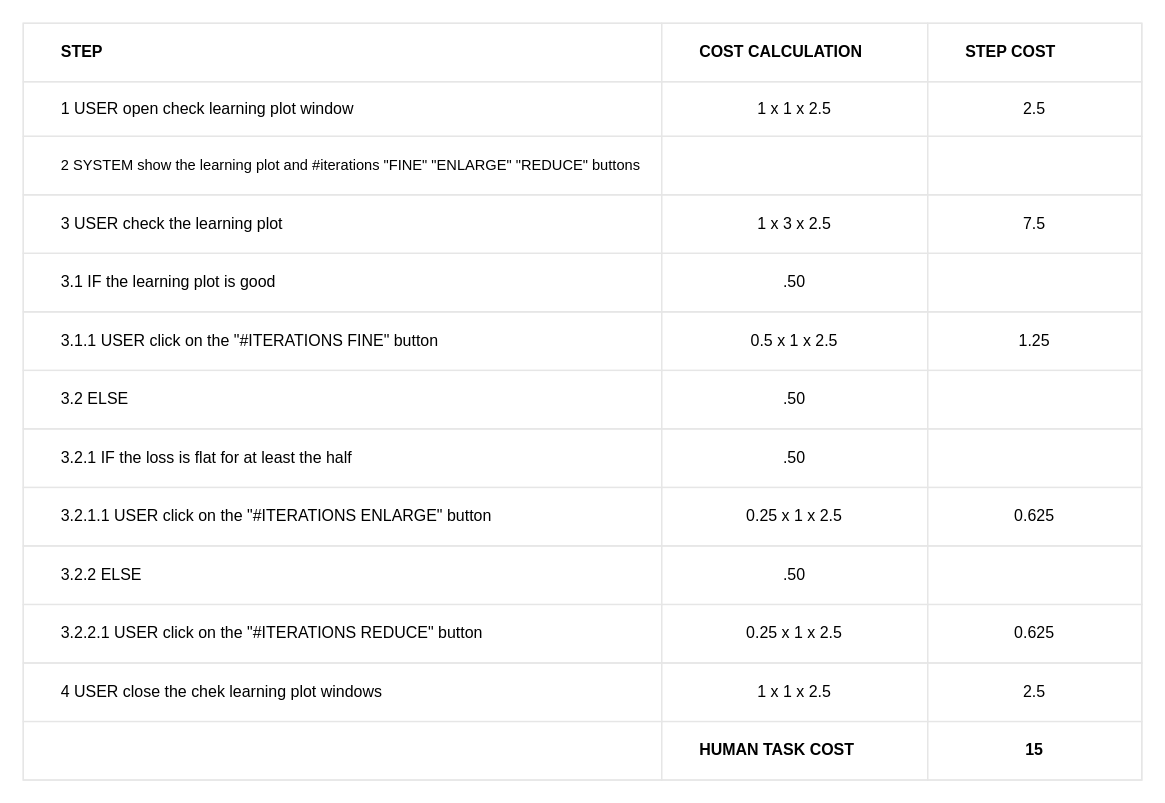
Above: check learning plot (Bello)/check_learning_plot_table.drawio in BaffoBello14/AutomaticDamagesRecognition (draw.io), before the change. Source tidied: cells renumbered, new cells numbered last; positions are measured from the earlier drawing's top-left corner, leaving out a move shared by most shapes. Both pictures are drawn from the tidied source at 133%, with x=0, y=0 at pixel (23, 23).
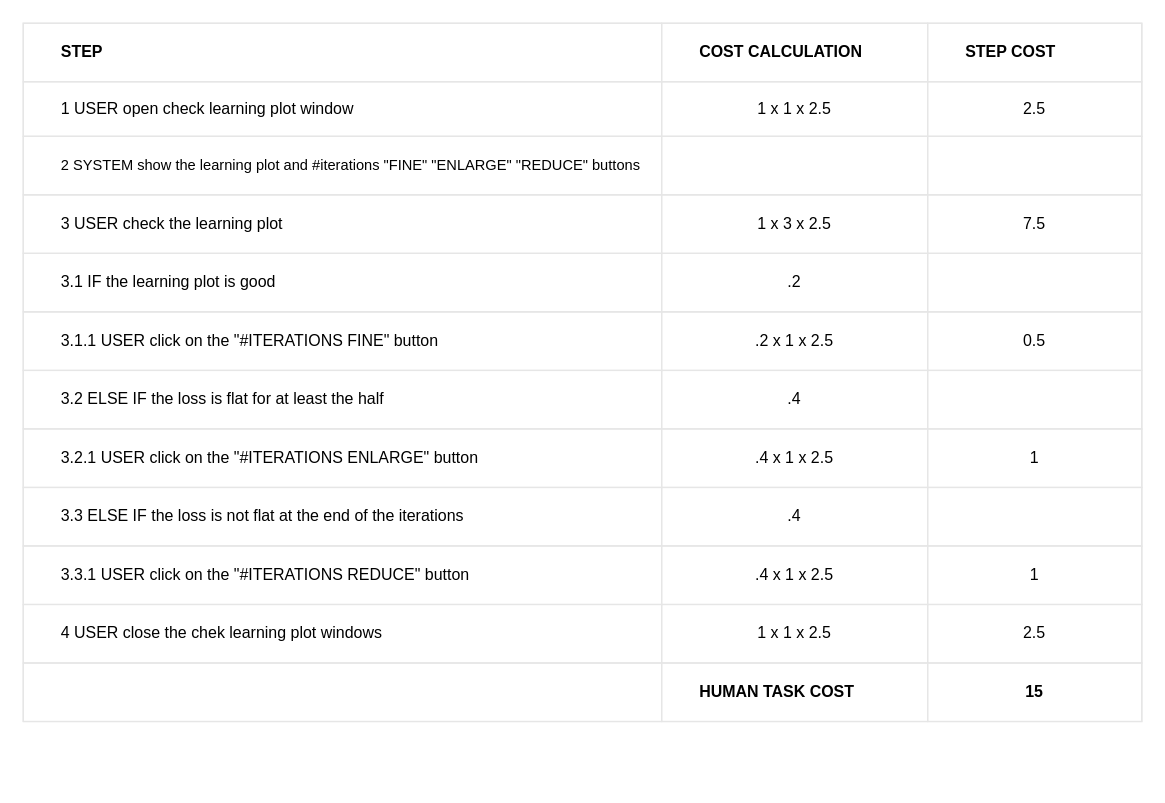
After the change.

Commit message:
modify table learnig plot

The change refers to these unchanged cells:
```xml
<mxCell id="19" style="shape=tableRow;horizontal=0;startSize=0;swimlaneHead=0;swimlaneBody=0;top=0;left=0;bottom=0;right=0;fontStyle=0;fillColor=none;strokeColor=inherit;" parent="2" vertex="1">
  <mxGeometry y="173" width="841" height="44" as="geometry" />
</mxCell>
<mxCell id="23" style="shape=tableRow;horizontal=0;startSize=0;swimlaneHead=0;swimlaneBody=0;top=0;left=0;bottom=0;right=0;fontStyle=0;fillColor=none;strokeColor=inherit;" parent="2" vertex="1">
  <mxGeometry y="217" width="841" height="44" as="geometry" />
</mxCell>
<mxCell id="27" style="shape=tableRow;horizontal=0;startSize=0;swimlaneHead=0;swimlaneBody=0;top=0;left=0;bottom=0;right=0;fontStyle=0;fillColor=none;strokeColor=inherit;" parent="2" vertex="1">
  <mxGeometry y="261" width="841" height="44" as="geometry" />
</mxCell>
```

Change to the diagram source:
```diff
@@
     <mxCell id="2" style="childLayout=tableLayout;shadow=0;strokeColor=#E6E6E6;align=center;" parent="1" vertex="1">
-      <mxGeometry width="841" height="569" as="geometry" />
+      <mxGeometry width="841" height="525" as="geometry" />
     </mxCell>
@@
-    <mxCell id="21" value=".50" style="strokeColor=inherit;fillColor=none;align=center;whiteSpace=wrap;html=1;" parent="19" vertex="1">
+    <mxCell id="21" value=".2" style="strokeColor=inherit;fillColor=none;align=center;whiteSpace=wrap;html=1;" parent="19" vertex="1">
       <mxGeometry x="480" width="200" height="44" as="geometry" />
     </mxCell>
@@
-    <mxCell id="25" value="0.5 x 1 x 2.5" style="strokeColor=inherit;fillColor=none;align=center;whiteSpace=wrap;html=1;" parent="23" vertex="1">
+    <mxCell id="25" value=".2 x 1 x 2.5" style="strokeColor=inherit;fillColor=none;align=center;whiteSpace=wrap;html=1;" parent="23" vertex="1">
       <mxGeometry x="480" width="200" height="44" as="geometry" />
     </mxCell>
-    <mxCell id="26" value="1.25" style="strokeColor=inherit;fillColor=none;align=center;whiteSpace=wrap;html=1;" parent="23" vertex="1">
+    <mxCell id="26" value="0.5" style="strokeColor=inherit;fillColor=none;align=center;whiteSpace=wrap;html=1;" parent="23" vertex="1">
       <mxGeometry x="680" width="161" height="44" as="geometry" />
     </mxCell>
@@
-    <mxCell id="28" value="&lt;span style=&quot;white-space: pre;&quot;&gt;&#9;&lt;/span&gt;3.2 ELSE" style="strokeColor=inherit;fillColor=none;align=left;whiteSpace=wrap;html=1;" parent="27" vertex="1">
+    <mxCell id="28" value="&lt;span style=&quot;&quot;&gt;&#9;&lt;/span&gt;&lt;span style=&quot;white-space: pre;&quot;&gt;&#9;&lt;/span&gt;3.2 ELSE IF the loss is flat for at least the half" style="strokeColor=inherit;fillColor=none;align=left;whiteSpace=wrap;html=1;" parent="27" vertex="1">
       <mxGeometry width="480" height="44" as="geometry" />
     </mxCell>
-    <mxCell id="29" value=".50" style="strokeColor=inherit;fillColor=none;align=center;whiteSpace=wrap;html=1;" parent="27" vertex="1">
+    <mxCell id="29" value=".4" style="strokeColor=inherit;fillColor=none;align=center;whiteSpace=wrap;html=1;" parent="27" vertex="1">
       <mxGeometry x="480" width="200" height="44" as="geometry" />
     </mxCell>
@@
-    <mxCell id="31" style="shape=tableRow;horizontal=0;startSize=0;swimlaneHead=0;swimlaneBody=0;top=0;left=0;bottom=0;right=0;fontStyle=0;fillColor=none;strokeColor=inherit;" parent="2" vertex="1">
-      <mxGeometry y="305" width="841" height="44" as="geometry" />
-    </mxCell>
-    <mxCell id="32" value="&lt;span style=&quot;border-color: var(--border-color);&quot;&gt;&lt;/span&gt;&lt;span style=&quot;&quot;&gt;&lt;span style=&quot;white-space: pre;&quot;&gt;&amp;nbsp;&amp;nbsp;&amp;nbsp;&amp;nbsp;&lt;span style=&quot;white-space: pre;&quot;&gt;&#9;&lt;/span&gt;&lt;/span&gt;&lt;/span&gt;3.2.1 IF the loss is flat for at least the half&amp;nbsp;" style="strokeColor=inherit;fillColor=none;align=left;whiteSpace=wrap;html=1;" parent="31" vertex="1">
-      <mxGeometry width="480" height="44" as="geometry" />
-    </mxCell>
-    <mxCell id="33" value=".50" style="strokeColor=inherit;fillColor=none;align=center;whiteSpace=wrap;html=1;" parent="31" vertex="1">
-      <mxGeometry x="480" width="200" height="44" as="geometry" />
-    </mxCell>
-    <mxCell id="34" style="strokeColor=inherit;fillColor=none;align=center;whiteSpace=wrap;html=1;" parent="31" vertex="1">
-      <mxGeometry x="680" width="161" height="44" as="geometry" />
-    </mxCell>
     <mxCell id="35" style="shape=tableRow;horizontal=0;startSize=0;swimlaneHead=0;swimlaneBody=0;top=0;left=0;bottom=0;right=0;fontStyle=0;fillColor=none;strokeColor=inherit;" parent="2" vertex="1">
-      <mxGeometry y="349" width="841" height="44" as="geometry" />
+      <mxGeometry y="305" width="841" height="44" as="geometry" />
     </mxCell>
-    <mxCell id="36" value="&lt;span style=&quot;&quot;&gt;&lt;span style=&quot;white-space: pre;&quot;&gt;&amp;nbsp;&amp;nbsp;&amp;nbsp;&amp;nbsp;&lt;span style=&quot;white-space: pre;&quot;&gt;&#9;&lt;/span&gt;&lt;/span&gt;&lt;/span&gt;3.2.1.1 USER click on the &quot;#ITERATIONS ENLARGE&quot; button" style="strokeColor=inherit;fillColor=none;align=left;whiteSpace=wrap;html=1;" parent="35" vertex="1">
+    <mxCell id="36" value="&lt;span style=&quot;&quot;&gt;&lt;span style=&quot;white-space: pre;&quot;&gt;&amp;nbsp;&amp;nbsp;&amp;nbsp;&amp;nbsp;&lt;span style=&quot;white-space: pre;&quot;&gt;&#9;&lt;/span&gt;&lt;/span&gt;&lt;/span&gt;3.2.1 USER click on the &quot;#ITERATIONS ENLARGE&quot; button" style="strokeColor=inherit;fillColor=none;align=left;whiteSpace=wrap;html=1;" parent="35" vertex="1">
       <mxGeometry width="480" height="44" as="geometry" />
     </mxCell>
-    <mxCell id="37" value="0.25 x 1 x 2.5" style="strokeColor=inherit;fillColor=none;align=center;whiteSpace=wrap;html=1;" parent="35" vertex="1">
+    <mxCell id="37" value=".4 x 1 x 2.5" style="strokeColor=inherit;fillColor=none;align=center;whiteSpace=wrap;html=1;" parent="35" vertex="1">
       <mxGeometry x="480" width="200" height="44" as="geometry" />
     </mxCell>
-    <mxCell id="38" value="0.625" style="strokeColor=inherit;fillColor=none;align=center;whiteSpace=wrap;html=1;" parent="35" vertex="1">
+    <mxCell id="38" value="1" style="strokeColor=inherit;fillColor=none;align=center;whiteSpace=wrap;html=1;" parent="35" vertex="1">
       <mxGeometry x="680" width="161" height="44" as="geometry" />
     </mxCell>
     <mxCell id="39" style="shape=tableRow;horizontal=0;startSize=0;swimlaneHead=0;swimlaneBody=0;top=0;left=0;bottom=0;right=0;fontStyle=0;fillColor=none;strokeColor=inherit;" parent="2" vertex="1">
-      <mxGeometry y="393" width="841" height="44" as="geometry" />
+      <mxGeometry y="349" width="841" height="44" as="geometry" />
     </mxCell>
-    <mxCell id="40" value="&lt;span style=&quot;white-space: pre;&quot;&gt;&#9;&lt;/span&gt;3.2.2 ELSE" style="strokeColor=inherit;fillColor=none;align=left;whiteSpace=wrap;html=1;" parent="39" vertex="1">
+    <mxCell id="40" value="&lt;span style=&quot;&quot;&gt;&#9;&lt;/span&gt;&lt;span style=&quot;white-space: pre;&quot;&gt;&#9;&lt;/span&gt;3.3 ELSE IF&amp;nbsp;the loss is not flat at the end of the iterations" style="strokeColor=inherit;fillColor=none;align=left;whiteSpace=wrap;html=1;" parent="39" vertex="1">
       <mxGeometry width="480" height="44" as="geometry" />
     </mxCell>
-    <mxCell id="41" value=".50" style="strokeColor=inherit;fillColor=none;align=center;whiteSpace=wrap;html=1;" parent="39" vertex="1">
+    <mxCell id="41" value=".4" style="strokeColor=inherit;fillColor=none;align=center;whiteSpace=wrap;html=1;" parent="39" vertex="1">
       <mxGeometry x="480" width="200" height="44" as="geometry" />
     </mxCell>
@@
     <mxCell id="43" style="shape=tableRow;horizontal=0;startSize=0;swimlaneHead=0;swimlaneBody=0;top=0;left=0;bottom=0;right=0;fontStyle=0;fillColor=none;strokeColor=inherit;" parent="2" vertex="1">
-      <mxGeometry y="437" width="841" height="44" as="geometry" />
+      <mxGeometry y="393" width="841" height="44" as="geometry" />
     </mxCell>
-    <mxCell id="44" value="&lt;span style=&quot;&quot;&gt;&lt;span style=&quot;white-space: pre;&quot;&gt;&amp;nbsp;&amp;nbsp;&amp;nbsp;&amp;nbsp;&lt;span style=&quot;white-space: pre;&quot;&gt;&#9;&lt;/span&gt;&lt;/span&gt;&lt;/span&gt;&lt;span style=&quot;border-color: var(--border-color);&quot;&gt;&lt;/span&gt;3.2.2.1 USER click on the &quot;#ITERATIONS REDUCE&quot; button" style="strokeColor=inherit;fillColor=none;align=left;whiteSpace=wrap;html=1;" parent="43" vertex="1">
+    <mxCell id="44" value="&lt;span style=&quot;&quot;&gt;&lt;span style=&quot;white-space: pre;&quot;&gt;&amp;nbsp;&amp;nbsp;&amp;nbsp;&amp;nbsp;&lt;span style=&quot;white-space: pre;&quot;&gt;&#9;&lt;/span&gt;&lt;/span&gt;&lt;/span&gt;&lt;span style=&quot;border-color: var(--border-color);&quot;&gt;&lt;/span&gt;3.3.1 USER click on the &quot;#ITERATIONS REDUCE&quot; button" style="strokeColor=inherit;fillColor=none;align=left;whiteSpace=wrap;html=1;" parent="43" vertex="1">
       <mxGeometry width="480" height="44" as="geometry" />
     </mxCell>
-    <mxCell id="45" value="0.25 x 1 x 2.5" style="strokeColor=inherit;fillColor=none;align=center;whiteSpace=wrap;html=1;" parent="43" vertex="1">
+    <mxCell id="45" value=".4 x 1 x 2.5" style="strokeColor=inherit;fillColor=none;align=center;whiteSpace=wrap;html=1;" parent="43" vertex="1">
       <mxGeometry x="480" width="200" height="44" as="geometry" />
     </mxCell>
-    <mxCell id="46" value="0.625" style="strokeColor=inherit;fillColor=none;align=center;whiteSpace=wrap;html=1;" parent="43" vertex="1">
+    <mxCell id="46" value="1" style="strokeColor=inherit;fillColor=none;align=center;whiteSpace=wrap;html=1;" parent="43" vertex="1">
       <mxGeometry x="680" width="161" height="44" as="geometry" />
     </mxCell>
     <mxCell id="47" style="shape=tableRow;horizontal=0;startSize=0;swimlaneHead=0;swimlaneBody=0;top=0;left=0;bottom=0;right=0;fontStyle=0;fillColor=none;strokeColor=inherit;" parent="2" vertex="1">
-      <mxGeometry y="481" width="841" height="44" as="geometry" />
+      <mxGeometry y="437" width="841" height="44" as="geometry" />
     </mxCell>
@@
     <mxCell id="51" style="shape=tableRow;horizontal=0;startSize=0;swimlaneHead=0;swimlaneBody=0;top=0;left=0;bottom=0;right=0;fontStyle=0;fillColor=none;strokeColor=inherit;" parent="2" vertex="1">
-      <mxGeometry y="525" width="841" height="44" as="geometry" />
+      <mxGeometry y="481" width="841" height="44" as="geometry" />
     </mxCell>
```
